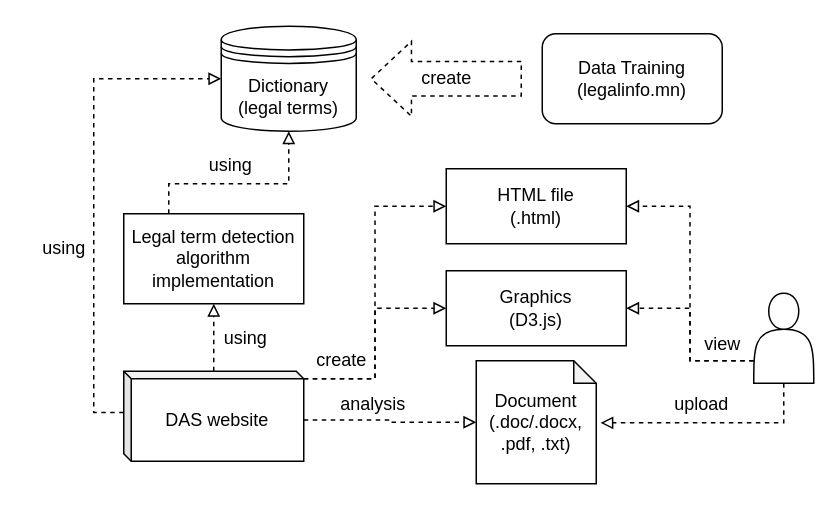
The draw.io diagram activities/Untitled Diagram.drawio in Bagabandi152/diagrams.net, before the edit. Source tidied: cells renumbered, new cells numbered last; positions are measured from the earlier drawing's top-left corner, leaving out a move shared by most shapes. Both pictures are drawn from the tidied source at 150%, with x=0, y=0 at pixel (26, 26).
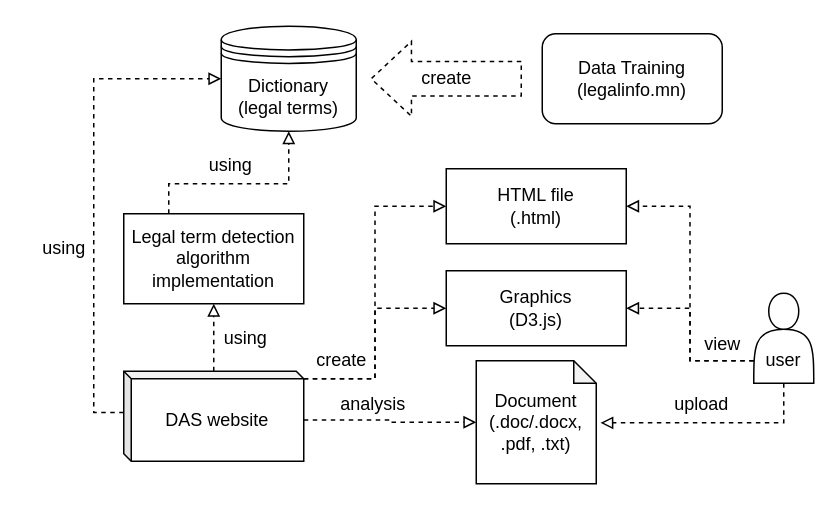
The same diagram, later.

What changed in the source:
```diff
@@
-    <mxCell id="15" style="shape=actor;whiteSpace=wrap;html=1;" parent="1" vertex="1">
+    <mxCell id="15" value="&lt;br&gt;&lt;br&gt;user" style="shape=actor;whiteSpace=wrap;html=1;" parent="1" vertex="1">
       <mxGeometry x="485" y="178" width="40" height="60" as="geometry" />
     </mxCell>
```
